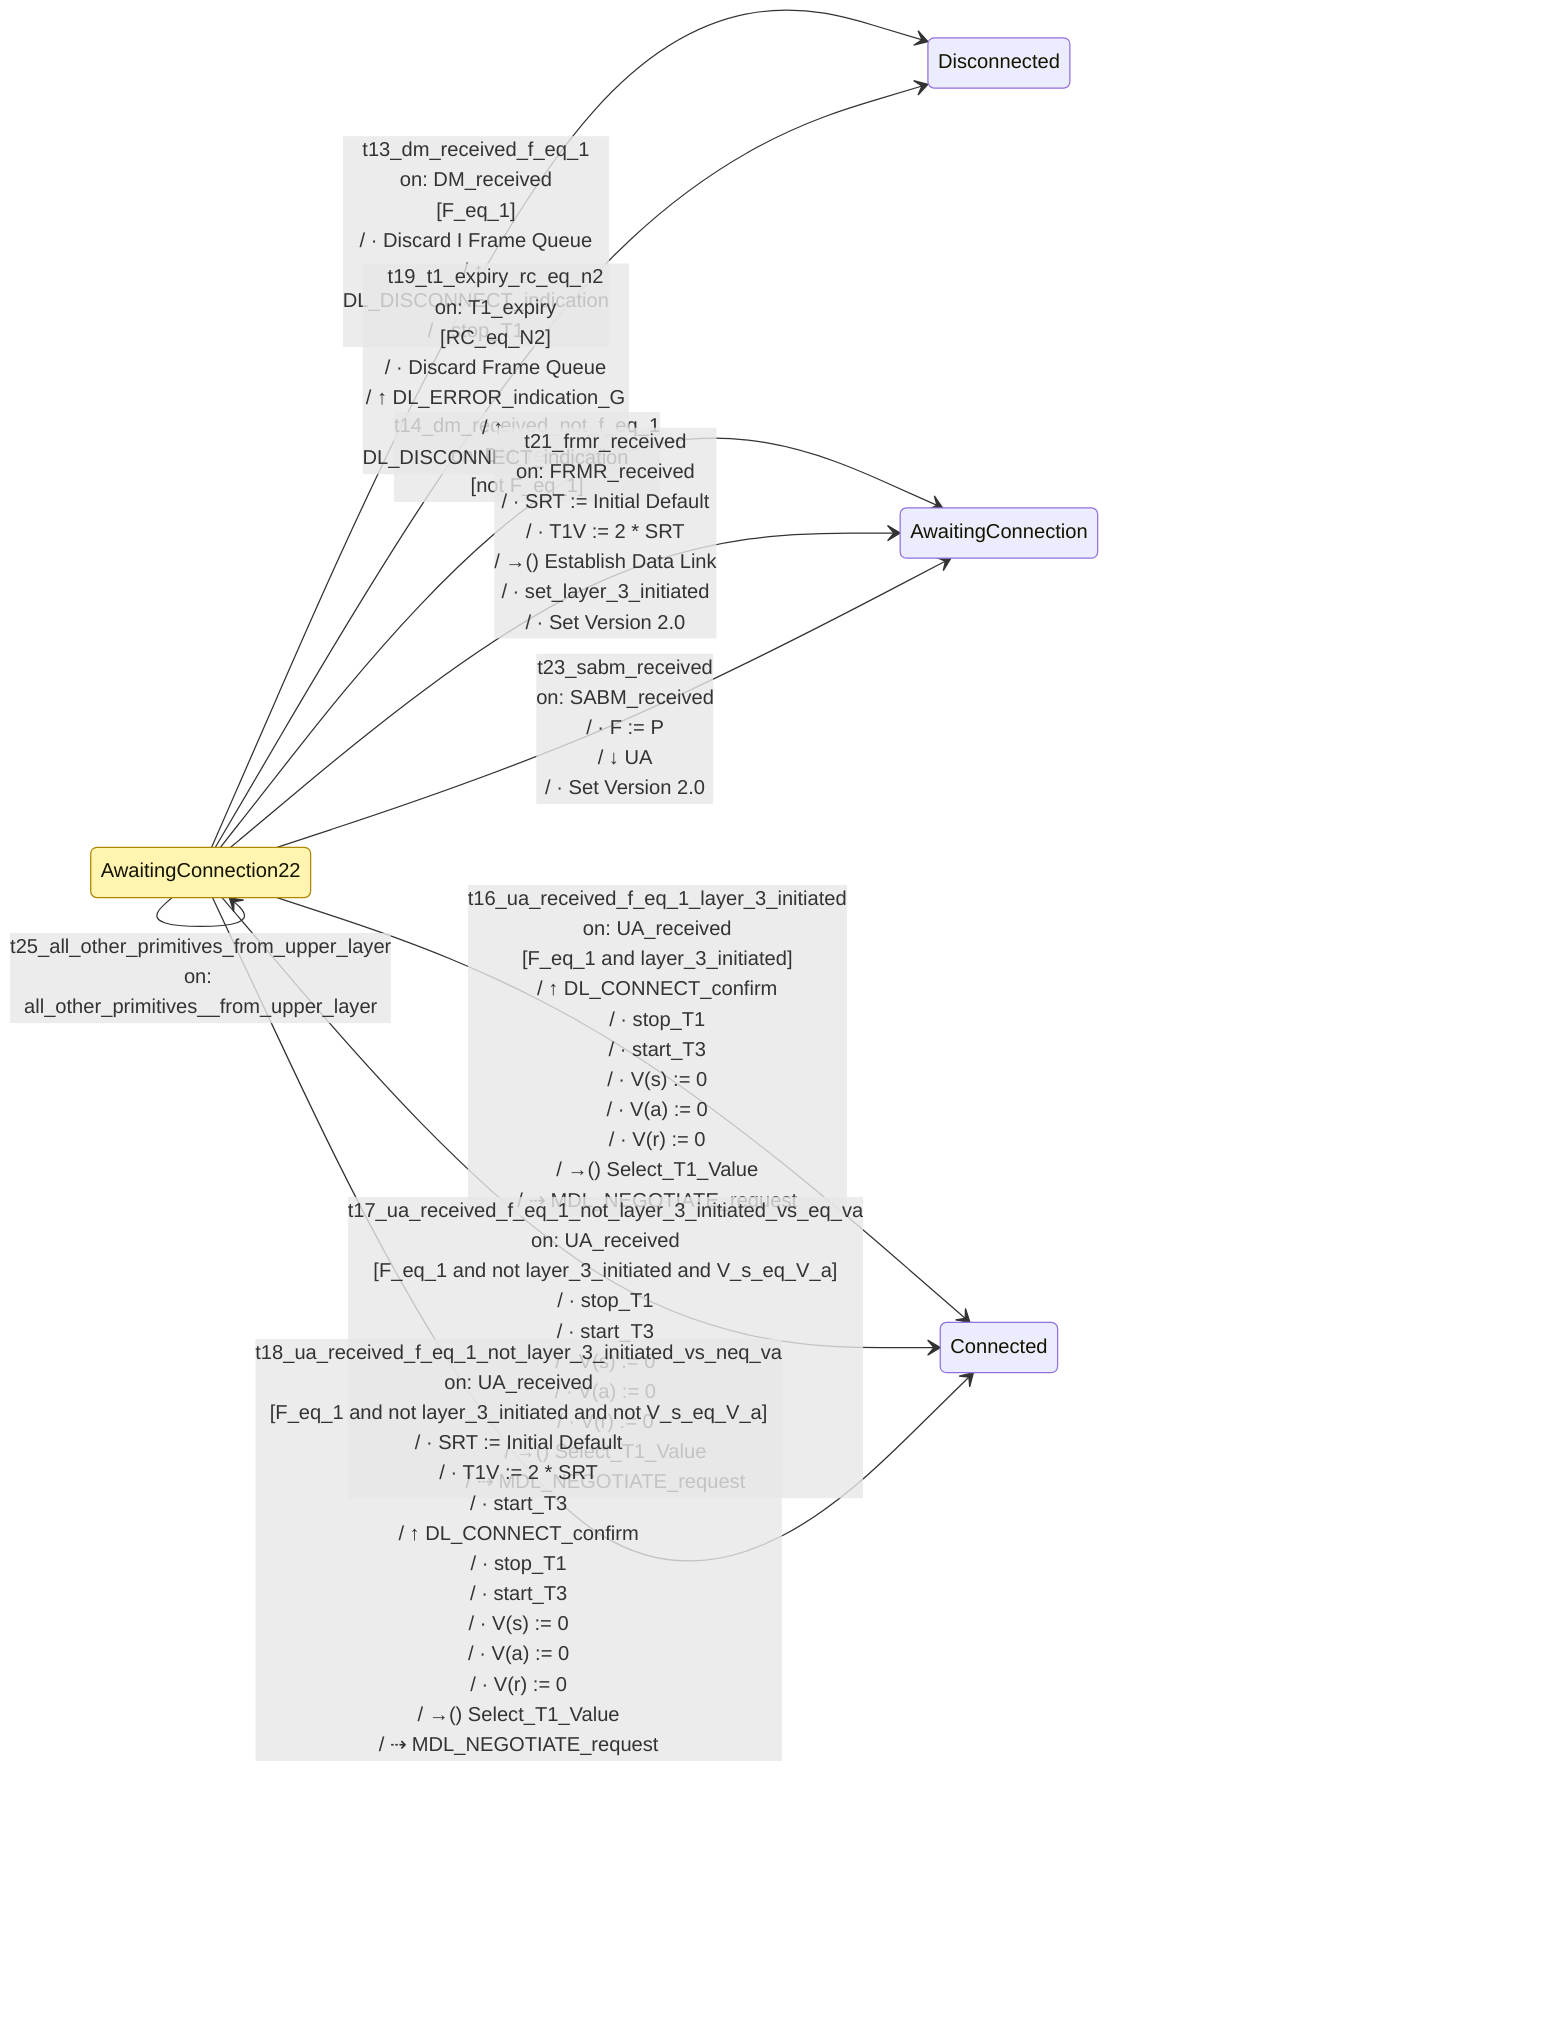
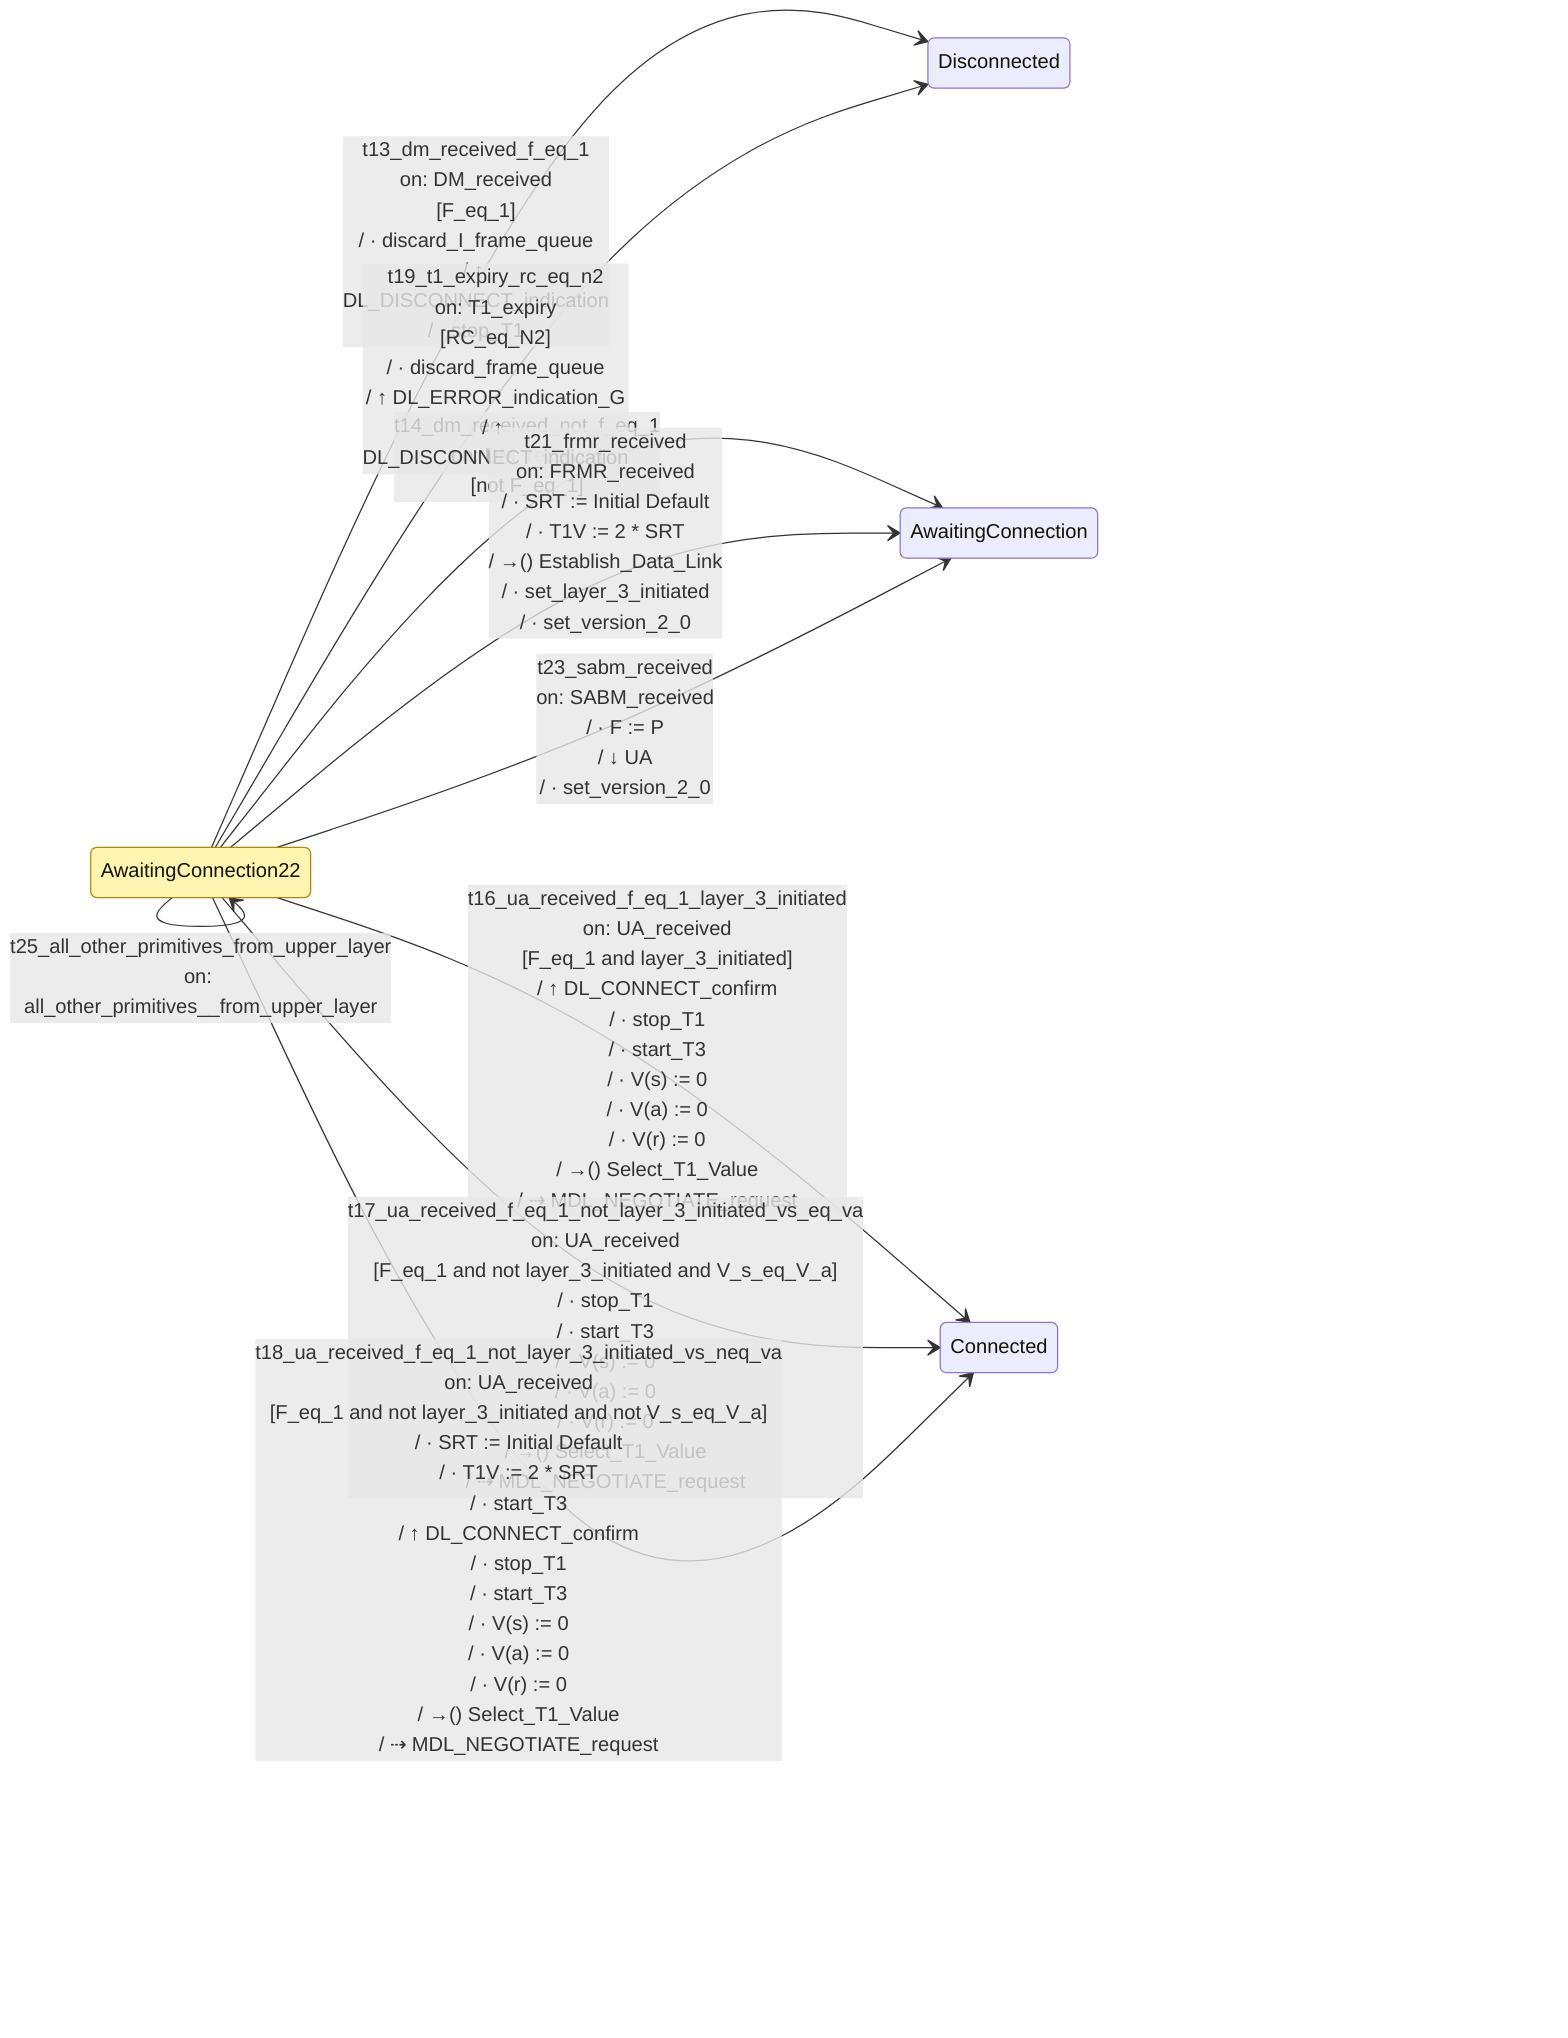
%% This file was produced by tools/Packet.Sdl.CodeGen from spec-sdl/data-link/awaiting_v22_connection.sdl.yaml
%% Do not edit by hand. Run `dotnet run --project tools/Packet.Sdl.CodeGen` to regenerate.
%%
%% Source: ax.25.2.2.4_Oct_25, figure figc4.6
%% URL: https://raw.githubusercontent.com/packethacking/ax25spec/main/doc/media/figc4.6.png
%% Coverage: complete
%%
%% Important: this rendering is approximate and intentionally
%% looks nothing like the original SDL figure. It is a machine-
%% generated view of the transitions in the .sdl.yaml — useful
%% for spotting transcription bugs (missing transitions, wrong
%% destination state) but NOT a substitute for reading the spec
%% figure itself. See docs/sdl-primer.md.

stateDiagram-v2
    direction LR

    classDef focal fill:#fff5b1,stroke:#b08800;
    class AwaitingConnection22 focal
    AwaitingConnection22 --> AwaitingConnection22: t01_dl_connect_request<br/>on: DL_CONNECT_request<br/>/ · discard_queue<br/>/ · set_layer_3_initiated
    AwaitingConnection22 --> AwaitingConnection22: t02_dl_unit_data_request<br/>on: DL_UNIT_DATA_request<br/>/ ↓ UI_command
    AwaitingConnection22 --> AwaitingConnection22: t03_dl_data_request_layer_3_initiated<br/>on: DL_DATA_request<br/>[layer_3_initiated]
-     AwaitingConnection22 --> AwaitingConnection22: t04_dl_data_request_not_layer_3_initiated<br/>on: DL_DATA_request<br/>[not layer_3_initiated]<br/>/ ⇢ Push Frame Onto Queue
+     AwaitingConnection22 --> AwaitingConnection22: t04_dl_data_request_not_layer_3_initiated<br/>on: DL_DATA_request<br/>[not layer_3_initiated]<br/>/ ⇢ push_frame_on_queue
    AwaitingConnection22 --> AwaitingConnection22: t05_i_frame_pops_off_queue_layer_3_initiated<br/>on: I_frame_pops_off_queue<br/>[layer_3_initiated]
-     AwaitingConnection22 --> AwaitingConnection22: t06_i_frame_pops_off_queue_not_layer_3_initiated<br/>on: I_frame_pops_off_queue<br/>[not layer_3_initiated]<br/>/ ⇢ Push Frame Onto Queue
+     AwaitingConnection22 --> AwaitingConnection22: t06_i_frame_pops_off_queue_not_layer_3_initiated<br/>on: I_frame_pops_off_queue<br/>[not layer_3_initiated]<br/>/ ⇢ push_frame_on_queue
    AwaitingConnection22 --> AwaitingConnection22: t07_all_other_primitives_from_lower_layer<br/>on: all_other_primitives__from_lower_layer
    AwaitingConnection22 --> AwaitingConnection22: t08_control_field_error<br/>on: control_field_error<br/>/ ↑ DL_ERROR_indication_L
    AwaitingConnection22 --> AwaitingConnection22: t09_info_not_permitted_in_frame<br/>on: info_not_permitted_in_frame<br/>/ ↑ DL_ERROR_indication_M
    AwaitingConnection22 --> AwaitingConnection22: t10_u_or_s_frame_length_error<br/>on: u_or_s_frame_length_error<br/>/ ↑ DL_ERROR_indication_N
    AwaitingConnection22 --> AwaitingConnection22: t11_ui_received_p_eq_1<br/>on: UI_received<br/>[P_eq_1]<br/>/ →() UI_Check
    AwaitingConnection22 --> AwaitingConnection22: t12_ui_received_not_p_eq_1<br/>on: UI_received<br/>[not P_eq_1]<br/>/ →() UI_Check<br/>/ ↓ DM (F = 1)
-     AwaitingConnection22 --> Disconnected: t13_dm_received_f_eq_1<br/>on: DM_received<br/>[F_eq_1]<br/>/ · Discard I Frame Queue<br/>/ ↑ DL_DISCONNECT_indication<br/>/ · stop_T1
+     AwaitingConnection22 --> Disconnected: t13_dm_received_f_eq_1<br/>on: DM_received<br/>[F_eq_1]<br/>/ · discard_I_frame_queue<br/>/ ↑ DL_DISCONNECT_indication<br/>/ · stop_T1
    AwaitingConnection22 --> AwaitingConnection: t14_dm_received_not_f_eq_1<br/>on: DM_received<br/>[not F_eq_1]
    AwaitingConnection22 --> AwaitingConnection22: t15_ua_received_not_f_eq_1<br/>on: UA_received<br/>[not F_eq_1]<br/>/ ↑ DL_ERROR_indication_D
    AwaitingConnection22 --> Connected: t16_ua_received_f_eq_1_layer_3_initiated<br/>on: UA_received<br/>[F_eq_1 and layer_3_initiated]<br/>/ ↑ DL_CONNECT_confirm<br/>/ · stop_T1<br/>/ · start_T3<br/>/ · V(s) := 0<br/>/ · V(a) := 0<br/>/ · V(r) := 0<br/>/ →() Select_T1_Value<br/>/ ⇢ MDL_NEGOTIATE_request
    AwaitingConnection22 --> Connected: t17_ua_received_f_eq_1_not_layer_3_initiated_vs_eq_va<br/>on: UA_received<br/>[F_eq_1 and not layer_3_initiated and V_s_eq_V_a]<br/>/ · stop_T1<br/>/ · start_T3<br/>/ · V(s) := 0<br/>/ · V(a) := 0<br/>/ · V(r) := 0<br/>/ →() Select_T1_Value<br/>/ ⇢ MDL_NEGOTIATE_request
    AwaitingConnection22 --> Connected: t18_ua_received_f_eq_1_not_layer_3_initiated_vs_neq_va<br/>on: UA_received<br/>[F_eq_1 and not layer_3_initiated and not V_s_eq_V_a]<br/>/ · SRT := Initial Default<br/>/ · T1V := 2 * SRT<br/>/ · start_T3<br/>/ ↑ DL_CONNECT_confirm<br/>/ · stop_T1<br/>/ · start_T3<br/>/ · V(s) := 0<br/>/ · V(a) := 0<br/>/ · V(r) := 0<br/>/ →() Select_T1_Value<br/>/ ⇢ MDL_NEGOTIATE_request
-     AwaitingConnection22 --> Disconnected: t19_t1_expiry_rc_eq_n2<br/>on: T1_expiry<br/>[RC_eq_N2]<br/>/ · Discard Frame Queue<br/>/ ↑ DL_ERROR_indication_G<br/>/ ↑ DL_DISCONNECT_indication
+     AwaitingConnection22 --> Disconnected: t19_t1_expiry_rc_eq_n2<br/>on: T1_expiry<br/>[RC_eq_N2]<br/>/ · discard_frame_queue<br/>/ ↑ DL_ERROR_indication_G<br/>/ ↑ DL_DISCONNECT_indication
    AwaitingConnection22 --> AwaitingConnection22: t20_t1_expiry_rc_neq_n2<br/>on: T1_expiry<br/>[not RC_eq_N2]<br/>/ · RC := RC + 1<br/>/ ↓ SABME (P = 1)<br/>/ →() Select_T1_Value<br/>/ · start_T1
-     AwaitingConnection22 --> AwaitingConnection: t21_frmr_received<br/>on: FRMR_received<br/>/ · SRT := Initial Default<br/>/ · T1V := 2 * SRT<br/>/ →() Establish Data Link<br/>/ · set_layer_3_initiated<br/>/ · Set Version 2.0
+     AwaitingConnection22 --> AwaitingConnection: t21_frmr_received<br/>on: FRMR_received<br/>/ · SRT := Initial Default<br/>/ · T1V := 2 * SRT<br/>/ →() Establish_Data_Link<br/>/ · set_layer_3_initiated<br/>/ · set_version_2_0
    AwaitingConnection22 --> AwaitingConnection22: t22_sabme_received<br/>on: SABME_received<br/>/ · F := P<br/>/ ↓ UA
-     AwaitingConnection22 --> AwaitingConnection: t23_sabm_received<br/>on: SABM_received<br/>/ · F := P<br/>/ ↓ UA<br/>/ · Set Version 2.0
+     AwaitingConnection22 --> AwaitingConnection: t23_sabm_received<br/>on: SABM_received<br/>/ · F := P<br/>/ ↓ UA<br/>/ · set_version_2_0
    AwaitingConnection22 --> AwaitingConnection22: t24_disc_received<br/>on: DISC_received<br/>/ · F := P<br/>/ ↓ DM
    AwaitingConnection22 --> AwaitingConnection22: t25_all_other_primitives_from_upper_layer<br/>on: all_other_primitives__from_upper_layer
